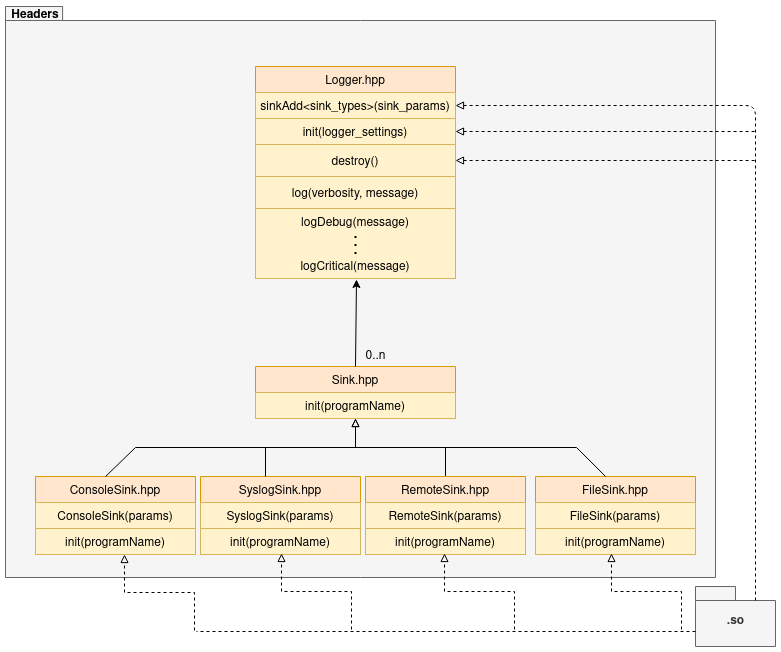
Above: documentation/logger_architecture.png in bringauto/ba-logger (draw.io), before the change. Source tidied: cells renumbered, new cells last; positions are measured from the earlier drawing's top-left corner, leaving out a move shared by most shapes.
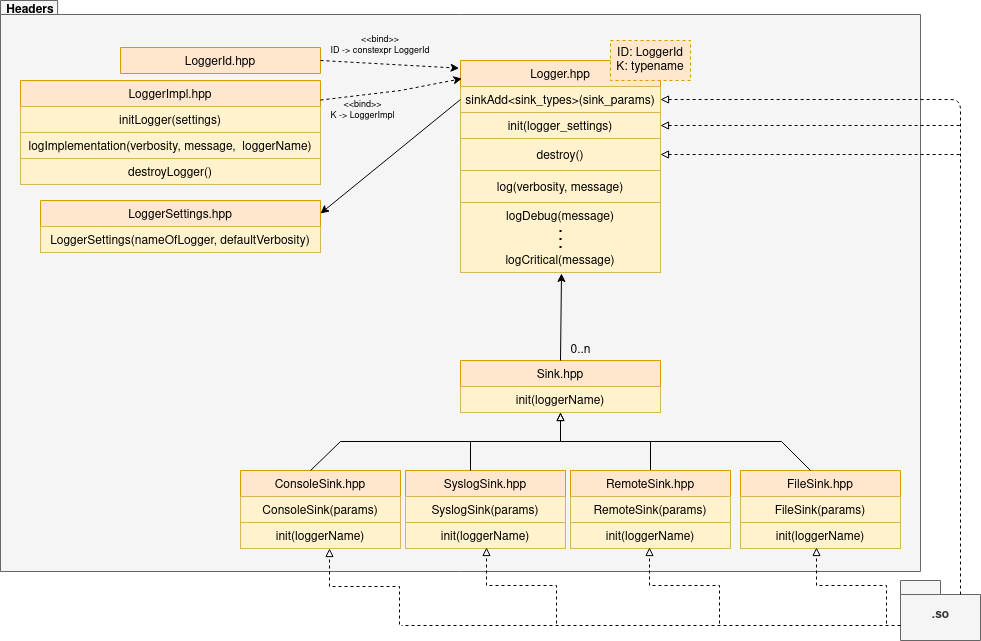
The same file after the commit.

Diff of the diagram source:
```diff
@@ -3,12 +3,12 @@
     <mxCell id="0" />
     <mxCell id="1" parent="0" />
     <mxCell id="2" style="shape=folder;fontStyle=1;spacingTop=10;tabWidth=40;tabHeight=14;tabPosition=left;html=1;strokeColor=#666666;align=left;verticalAlign=middle;fillColor=#f5f5f5;fontColor=#333333;" parent="1" vertex="1">
-      <mxGeometry y="1" width="710" height="571" as="geometry" />
+      <mxGeometry x="-210" y="1" width="920" height="571" as="geometry" />
     </mxCell>
     <mxCell id="3" value="Sink.hpp" style="swimlane;fontStyle=0;horizontal=1;startSize=26;fillColor=#ffe6cc;align=center;strokeColor=#d79b00;" parent="1" vertex="1">
       <mxGeometry x="250" y="361" width="200" height="52" as="geometry" />
     </mxCell>
-    <mxCell id="4" value="init(programName)" style="text;strokeColor=#d6b656;fillColor=#fff2cc;align=center;verticalAlign=top;spacingLeft=4;spacingRight=4;overflow=hidden;" parent="3" vertex="1">
+    <mxCell id="4" value="init(loggerName)" style="text;strokeColor=#d6b656;fillColor=#fff2cc;align=center;verticalAlign=top;spacingLeft=4;spacingRight=4;overflow=hidden;" parent="3" vertex="1">
       <mxGeometry y="26" width="200" height="26" as="geometry" />
     </mxCell>
     <mxCell id="5" value="0..n" style="text;html=1;align=center;verticalAlign=middle;strokeColor=none;" parent="1" vertex="1">
@@ -20,7 +20,7 @@
     <mxCell id="7" value="ConsoleSink(params)" style="text;strokeColor=#d6b656;fillColor=#fff2cc;align=center;verticalAlign=top;spacingLeft=4;spacingRight=4;overflow=hidden;" parent="6" vertex="1">
       <mxGeometry y="26" width="160" height="26" as="geometry" />
     </mxCell>
-    <mxCell id="8" value="init(programName)" style="text;strokeColor=#d6b656;fillColor=#fff2cc;align=center;verticalAlign=top;spacingLeft=4;spacingRight=4;overflow=hidden;" parent="1" vertex="1">
+    <mxCell id="8" value="init(loggerName)" style="text;strokeColor=#d6b656;fillColor=#fff2cc;align=center;verticalAlign=top;spacingLeft=4;spacingRight=4;overflow=hidden;" parent="1" vertex="1">
       <mxGeometry x="30" y="523" width="160" height="26" as="geometry" />
     </mxCell>
     <mxCell id="9" style="edgeStyle=elbowEdgeStyle;rounded=0;orthogonalLoop=1;jettySize=auto;html=1;entryX=0.5;entryY=1;entryDx=0;entryDy=0;endArrow=block;endFill=0;elbow=vertical;" parent="1" edge="1">
@@ -35,7 +35,7 @@
     <mxCell id="11" value="RemoteSink(params)" style="text;strokeColor=#d6b656;fillColor=#fff2cc;align=center;verticalAlign=top;spacingLeft=4;spacingRight=4;overflow=hidden;" parent="10" vertex="1">
       <mxGeometry y="26" width="160" height="26" as="geometry" />
     </mxCell>
-    <mxCell id="12" value="init(programName)" style="text;strokeColor=#d6b656;fillColor=#fff2cc;align=center;verticalAlign=top;spacingLeft=4;spacingRight=4;overflow=hidden;" parent="1" vertex="1">
+    <mxCell id="12" value="init(loggerName)" style="text;strokeColor=#d6b656;fillColor=#fff2cc;align=center;verticalAlign=top;spacingLeft=4;spacingRight=4;overflow=hidden;" parent="1" vertex="1">
       <mxGeometry x="360" y="523" width="160" height="26" as="geometry" />
     </mxCell>
     <mxCell id="13" value="FileSink.hpp" style="swimlane;fontStyle=0;horizontal=1;startSize=26;fillColor=#ffe6cc;align=center;strokeColor=#d79b00;" parent="1" vertex="1">
@@ -44,7 +44,7 @@
     <mxCell id="14" value="FileSink(params)" style="text;strokeColor=#d6b656;fillColor=#fff2cc;align=center;verticalAlign=top;spacingLeft=4;spacingRight=4;overflow=hidden;" parent="13" vertex="1">
       <mxGeometry y="26" width="160" height="26" as="geometry" />
     </mxCell>
-    <mxCell id="15" value="init(programName)" style="text;strokeColor=#d6b656;fillColor=#fff2cc;align=center;verticalAlign=top;spacingLeft=4;spacingRight=4;overflow=hidden;" parent="1" vertex="1">
+    <mxCell id="15" value="init(loggerName)" style="text;strokeColor=#d6b656;fillColor=#fff2cc;align=center;verticalAlign=top;spacingLeft=4;spacingRight=4;overflow=hidden;" parent="1" vertex="1">
       <mxGeometry x="530" y="523" width="160" height="26" as="geometry" />
     </mxCell>
     <mxCell id="16" style="endArrow=none;html=1;exitX=0.438;exitY=0;exitDx=0;exitDy=0;rounded=0;exitPerimeter=0;" parent="1" edge="1" source="6">
@@ -64,7 +64,7 @@
       </mxGeometry>
     </mxCell>
     <mxCell id="18" value="&lt;b&gt;Headers&lt;/b&gt;" style="text;html=1;strokeColor=none;fillColor=none;align=center;verticalAlign=middle;whiteSpace=wrap;rounded=0;" parent="1" vertex="1">
-      <mxGeometry x="10" width="40" height="20" as="geometry" />
+      <mxGeometry x="-200" y="1" width="40" height="20" as="geometry" />
     </mxCell>
     <mxCell id="19" value=".so" style="shape=folder;fontStyle=1;spacingTop=10;tabWidth=40;tabHeight=14;tabPosition=left;html=1;strokeColor=#666666;align=center;verticalAlign=middle;fillColor=#f5f5f5;fontColor=#333333;" parent="1" vertex="1">
       <mxGeometry x="690" y="581" width="80" height="60" as="geometry" />
@@ -142,7 +142,7 @@
     <mxCell id="37" value="SyslogSink(params)" style="text;strokeColor=#d6b656;fillColor=#fff2cc;align=center;verticalAlign=top;spacingLeft=4;spacingRight=4;overflow=hidden;" parent="36" vertex="1">
       <mxGeometry y="26" width="160" height="26" as="geometry" />
     </mxCell>
-    <mxCell id="38" value="init(programName)" style="text;strokeColor=#d6b656;fillColor=#fff2cc;align=center;verticalAlign=top;spacingLeft=4;spacingRight=4;overflow=hidden;" parent="1" vertex="1">
+    <mxCell id="38" value="init(loggerName)" style="text;strokeColor=#d6b656;fillColor=#fff2cc;align=center;verticalAlign=top;spacingLeft=4;spacingRight=4;overflow=hidden;" parent="1" vertex="1">
       <mxGeometry x="195" y="523" width="160" height="26" as="geometry" />
     </mxCell>
     <mxCell id="39" style="rounded=0;orthogonalLoop=1;jettySize=auto;html=1;entryX=0.5;entryY=1;entryDx=0;entryDy=0;endArrow=block;endFill=0;edgeStyle=elbowEdgeStyle;elbow=vertical;" parent="1" edge="1">
@@ -169,5 +169,48 @@
         <mxPoint x="276" y="548" as="targetPoint" />
       </mxGeometry>
     </mxCell>
+    <mxCell id="43" value="LoggerSettings.hpp" style="swimlane;fontStyle=0;horizontal=1;startSize=26;fillColor=#ffe6cc;align=center;strokeColor=#d79b00;" parent="1" vertex="1">
+      <mxGeometry x="-170" y="201" width="280" height="52" as="geometry" />
+    </mxCell>
+    <mxCell id="44" value="LoggerSettings(nameOfLogger, defaultVerbosity)" style="text;strokeColor=#d6b656;fillColor=#fff2cc;align=center;verticalAlign=top;spacingLeft=4;spacingRight=4;overflow=hidden;" parent="43" vertex="1">
+      <mxGeometry y="26" width="280" height="26" as="geometry" />
+    </mxCell>
+    <mxCell id="45" value="LoggerId.hpp" style="swimlane;fontStyle=0;horizontal=1;startSize=26;fillColor=#ffe6cc;align=center;strokeColor=#d79b00;" parent="1" vertex="1">
+      <mxGeometry x="-90" y="48" width="200" height="26" as="geometry" />
+    </mxCell>
+    <mxCell id="46" value="LoggerImpl.hpp" style="swimlane;fontStyle=0;horizontal=1;startSize=26;fillColor=#ffe6cc;align=center;strokeColor=#d79b00;" parent="1" vertex="1">
+      <mxGeometry x="-190" y="81" width="300" height="104" as="geometry" />
+    </mxCell>
+    <mxCell id="47" value="initLogger(settings)" style="text;strokeColor=#d6b656;fillColor=#fff2cc;align=center;verticalAlign=top;spacingLeft=4;spacingRight=4;overflow=hidden;" parent="46" vertex="1">
+      <mxGeometry y="26" width="300" height="26" as="geometry" />
+    </mxCell>
+    <mxCell id="48" value="logImplementation(verbosity, message,  loggerName)" style="text;strokeColor=#d6b656;fillColor=#fff2cc;align=center;verticalAlign=top;spacingLeft=4;spacingRight=4;overflow=hidden;" parent="46" vertex="1">
+      <mxGeometry y="52" width="300" height="26" as="geometry" />
+    </mxCell>
+    <mxCell id="49" value="destroyLogger()" style="text;strokeColor=#d6b656;fillColor=#fff2cc;align=center;verticalAlign=top;spacingLeft=4;spacingRight=4;overflow=hidden;" parent="46" vertex="1">
+      <mxGeometry y="78" width="300" height="26" as="geometry" />
+    </mxCell>
+    <mxCell id="50" value="&lt;div&gt;ID: LoggerId&lt;/div&gt;&lt;div&gt;K: typename&lt;br&gt;&lt;/div&gt;" style="rounded=0;whiteSpace=wrap;html=1;dashed=1;fillColor=#ffe6cc;strokeColor=#d79b00;" parent="1" vertex="1">
+      <mxGeometry x="400" y="41" width="80" height="40" as="geometry" />
+    </mxCell>
+    <mxCell id="51" style="endArrow=none;html=1;rounded=0;endFill=0;exitX=1;exitY=0.25;exitDx=0;exitDy=0;startArrow=classic;startFill=1;entryX=0;entryY=0.5;entryDx=0;entryDy=0;" parent="1" edge="1" source="43" target="29">
+      <mxGeometry relative="1" as="geometry" />
+    </mxCell>
+    <mxCell id="52" style="endArrow=classic;html=1;rounded=0;entryX=0.007;entryY=0.165;entryDx=0;entryDy=0;endFill=1;dashed=1;entryPerimeter=0;exitX=1;exitY=0.188;exitDx=0;exitDy=0;exitPerimeter=0;" parent="1" edge="1" source="46" target="28">
+      <mxGeometry relative="1" as="geometry">
+        <Array as="points">
+          <mxPoint x="190" y="91" />
+        </Array>
+      </mxGeometry>
+    </mxCell>
+    <mxCell id="53" style="endArrow=classic;html=1;rounded=0;endFill=1;dashed=1;startArrow=none;startFill=0;entryX=-0.007;entryY=0.07;entryDx=0;entryDy=0;exitX=1;exitY=0.5;exitDx=0;exitDy=0;entryPerimeter=0;" parent="1" edge="1" source="45" target="28">
+      <mxGeometry relative="1" as="geometry" />
+    </mxCell>
+    <mxCell id="54" value="&lt;div style=&quot;font-size: 9px;&quot;&gt;&lt;font style=&quot;font-size: 9px;&quot;&gt;&amp;lt;&amp;lt;bind&amp;gt;&amp;gt;&lt;/font&gt;&lt;/div&gt;&lt;div style=&quot;font-size: 9px;&quot;&gt;&lt;font style=&quot;font-size: 9px;&quot;&gt;K -&amp;gt; LoggerImpl&lt;br&gt;&lt;/font&gt;&lt;/div&gt;" style="text;html=1;align=center;verticalAlign=middle;whiteSpace=wrap;rounded=0;" parent="1" vertex="1">
+      <mxGeometry x="115" y="101" width="75" height="20" as="geometry" />
+    </mxCell>
+    <mxCell id="55" value="&lt;div style=&quot;font-size: 9px;&quot;&gt;&lt;font style=&quot;font-size: 9px;&quot;&gt;&amp;lt;&amp;lt;bind&amp;gt;&amp;gt;&lt;/font&gt;&lt;/div&gt;&lt;div style=&quot;font-size: 9px;&quot;&gt;&lt;font style=&quot;font-size: 9px;&quot;&gt;ID -&amp;gt; constexpr LoggerId&lt;br&gt;&lt;/font&gt;&lt;/div&gt;" style="text;html=1;align=center;verticalAlign=middle;whiteSpace=wrap;rounded=0;" parent="1" vertex="1">
+      <mxGeometry x="115" y="31" width="110" height="30" as="geometry" />
+    </mxCell>
   </root>
 </mxGraphModel>
```
